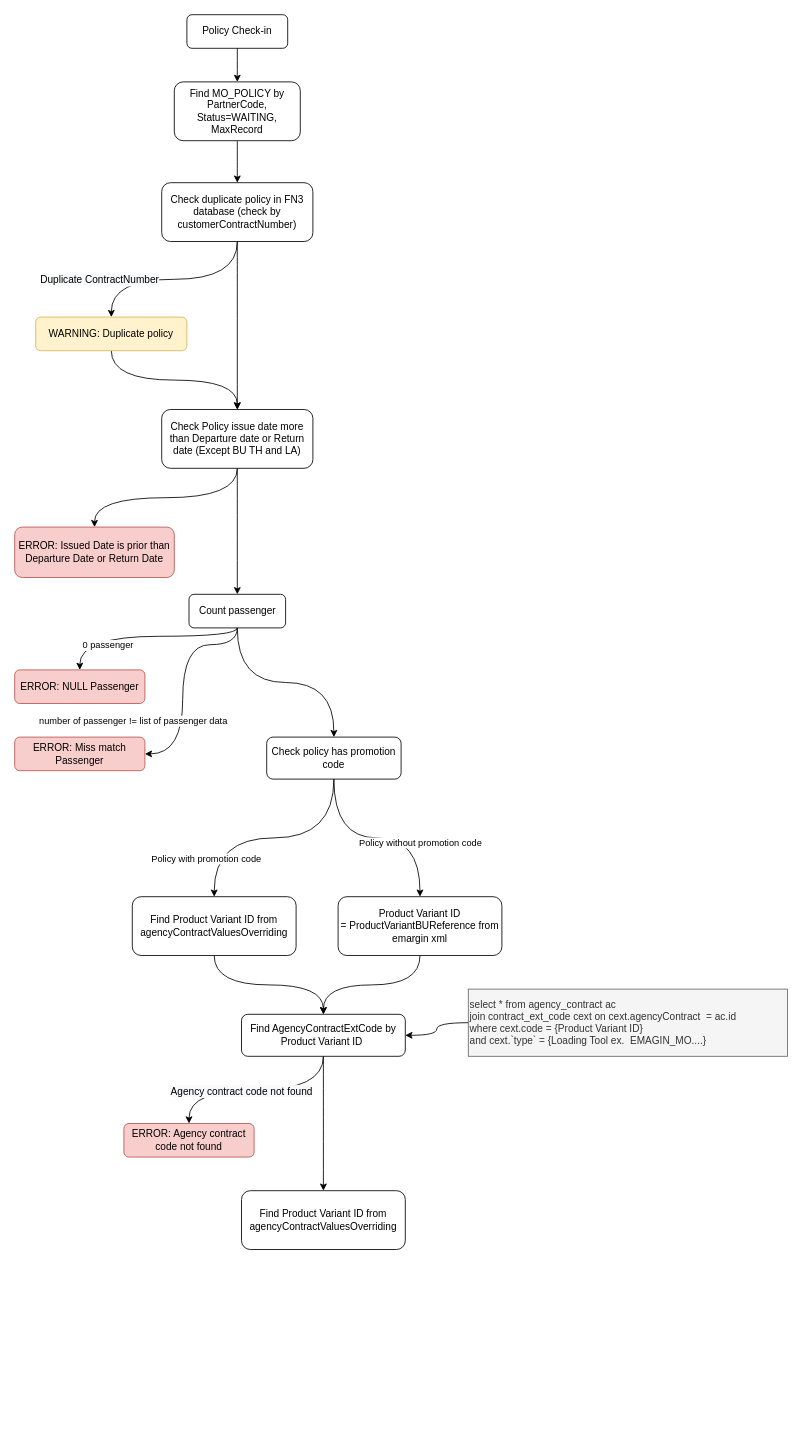
Above: PolicyCheckin Condition.drawio in phatcharalaw/my-doc (draw.io), before the change. Source tidied: cells renumbered, new cells numbered last; positions are measured from the earlier drawing's top-left corner, leaving out a move shared by most shapes. Both pictures are drawn from the tidied source at 84%, with x=0, y=0 at pixel (14, 14).
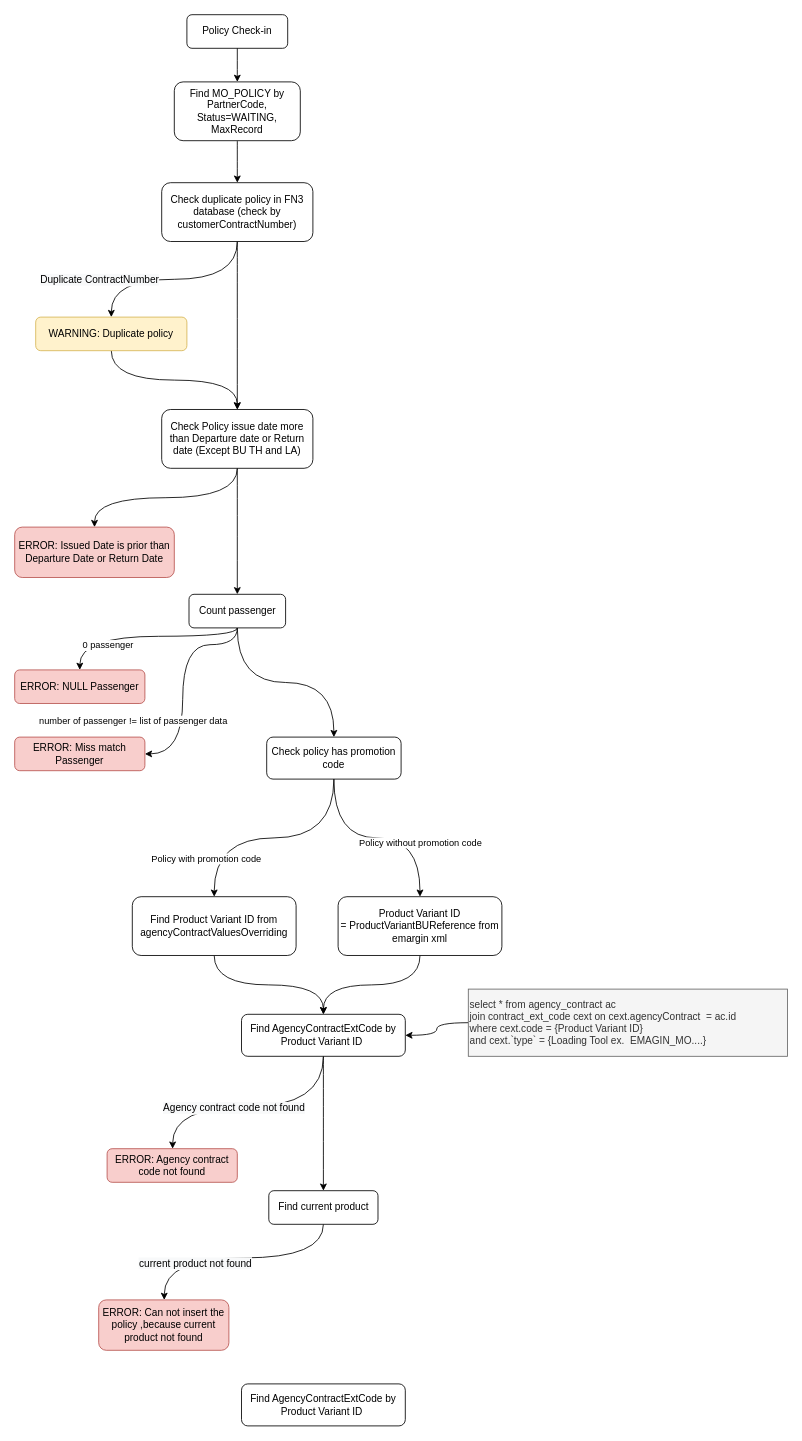
Above is the later version.

The change refers to these unchanged cells:
```xml
<mxCell id="35" value="Find AgencyContractExtCode by Product Variant ID&amp;nbsp;" style="rounded=1;whiteSpace=wrap;html=1;" parent="1" vertex="1">
  <mxGeometry x="270" y="1190" width="195" height="50" as="geometry" />
</mxCell>
```

What changed in the source:
```diff
@@
     <mxCell id="32" style="edgeStyle=orthogonalEdgeStyle;curved=1;rounded=0;jettySize=auto;html=1;startArrow=none;startFill=0;endArrow=classic;endFill=1;" parent="1" edge="1" source="35" target="38">
-      <mxGeometry relative="1" as="geometry" />
+      <mxGeometry relative="1" as="geometry">
+        <Array as="points">
+          <mxPoint x="368" y="1300" />
+          <mxPoint x="188" y="1300" />
+        </Array>
+      </mxGeometry>
     </mxCell>
@@
     <mxCell id="38" value="ERROR: Agency contract code not found" style="rounded=1;whiteSpace=wrap;html=1;fillColor=#f8cecc;strokeColor=#b85450;" parent="1" vertex="1">
-      <mxGeometry x="130" y="1320" width="155" height="40" as="geometry" />
+      <mxGeometry x="110" y="1350" width="155" height="40" as="geometry" />
     </mxCell>
+    <mxCell id="40" style="edgeStyle=orthogonalEdgeStyle;curved=1;rounded=0;jettySize=auto;html=1;startArrow=none;startFill=0;endArrow=classic;endFill=1;" parent="1" edge="1" source="39" target="42">
+      <mxGeometry relative="1" as="geometry">
+        <Array as="points">
+          <mxPoint x="368" y="1480" />
+          <mxPoint x="178" y="1480" />
+        </Array>
+      </mxGeometry>
+    </mxCell>
+    <mxCell id="41" value="&lt;span style=&quot;font-size: 12px ; background-color: rgb(248 , 249 , 250)&quot;&gt;current product not found&lt;/span&gt;" style="edgeLabel;html=1;align=center;verticalAlign=middle;" parent="40" vertex="1">
+      <mxGeometry x="0.38" y="6" relative="1" as="geometry" />
+    </mxCell>
-    <mxCell id="39" value="Find Product Variant ID from agencyContractValuesOverriding" style="rounded=1;whiteSpace=wrap;html=1;" parent="1" vertex="1">
-      <mxGeometry x="270" y="1400" width="195" height="70" as="geometry" />
+    <mxCell id="39" value="Find current product" style="rounded=1;whiteSpace=wrap;html=1;" parent="1" vertex="1">
+      <mxGeometry x="302.5" y="1400" width="130" height="40" as="geometry" />
     </mxCell>
+    <mxCell id="42" value="ERROR: Can not insert the policy ,because current product not found" style="rounded=1;whiteSpace=wrap;html=1;fillColor=#f8cecc;strokeColor=#b85450;" parent="1" vertex="1">
+      <mxGeometry x="100" y="1530" width="155" height="60" as="geometry" />
+    </mxCell>
+    <mxCell id="43" value="Find AgencyContractExtCode by Product Variant ID&amp;nbsp;" style="rounded=1;whiteSpace=wrap;html=1;" parent="1" vertex="1">
+      <mxGeometry x="270" y="1630" width="195" height="50" as="geometry" />
+    </mxCell>
```
